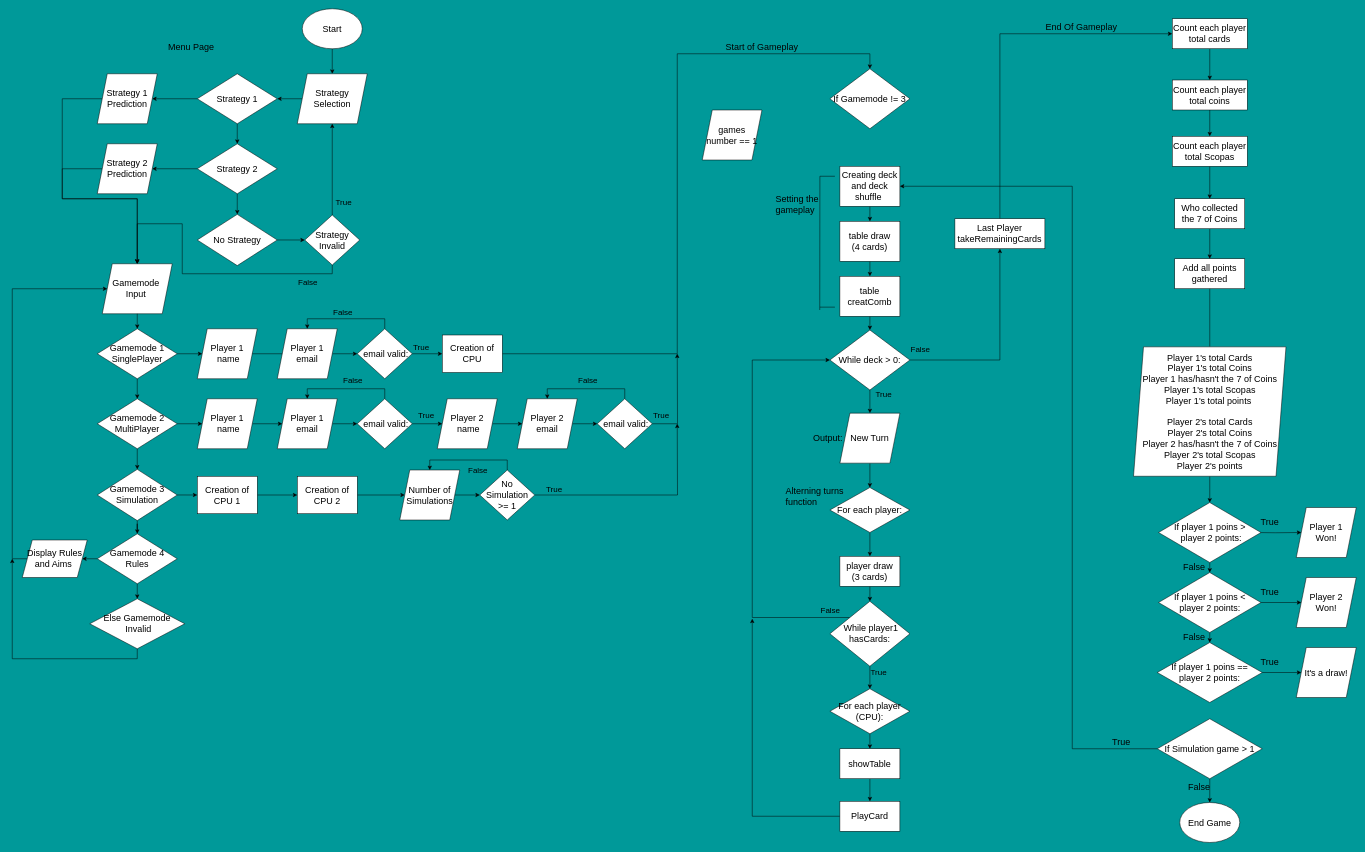
Before: page "Scopa Card Game" (1 of 5) of Scopa python game/Scopa Game flowchart/Scopa Game Flowchart.drawio in ABellassai/ACC-AlessandroB2, a draw.io diagram. Source tidied: cells renumbered, new cells numbered last; positions are measured from the earlier drawing's top-left corner, leaving out a move shared by most shapes. Both pictures are drawn from the tidied source at 50%, with x=0, y=0 at pixel (12, 8).
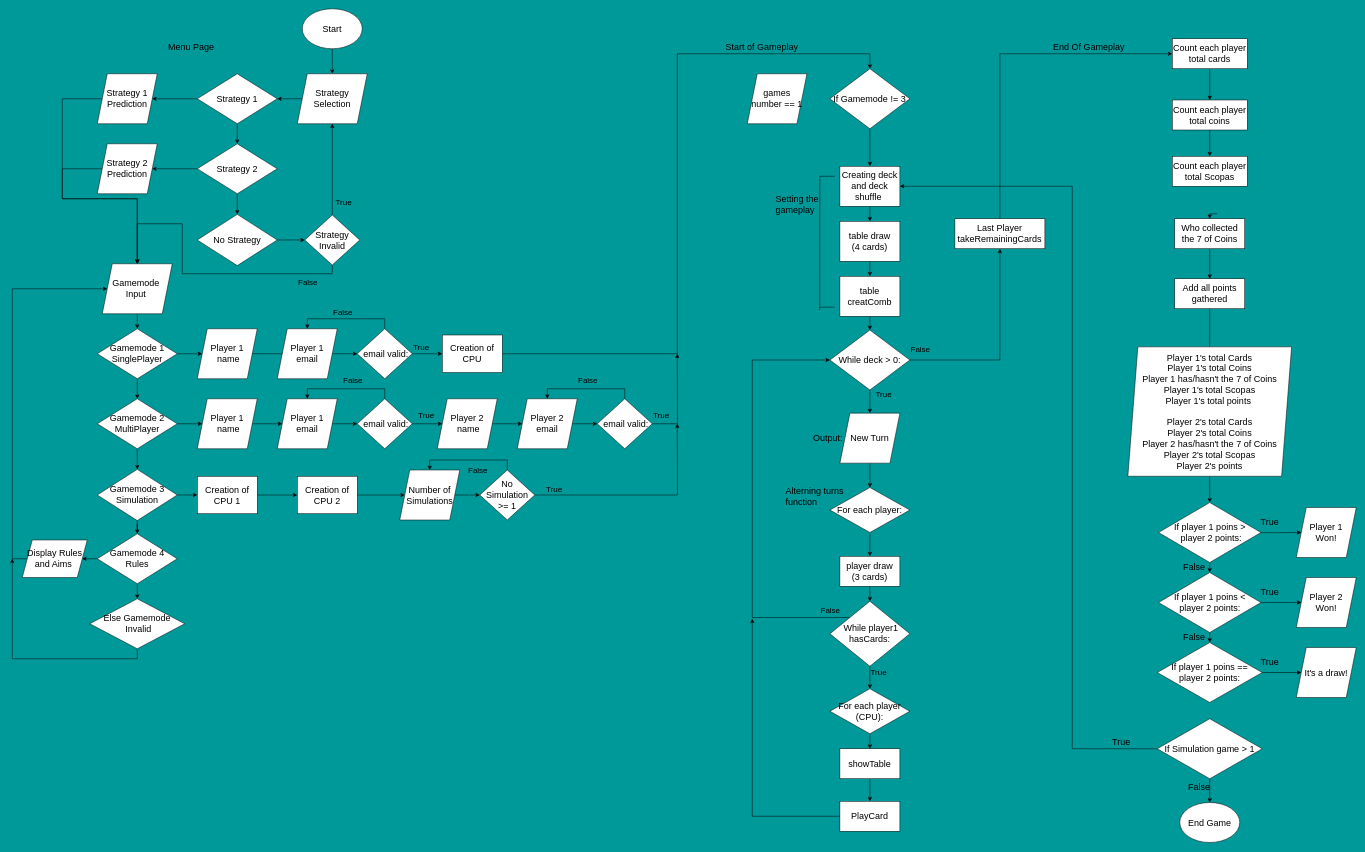
The same diagram, later.

Unchanged cells that the change refers to:
```xml
<mxCell id="77" value="Creating deck and deck shuffle&amp;nbsp;" style="rounded=0;whiteSpace=wrap;html=1;fontSize=18;" parent="1" vertex="1">
  <mxGeometry x="1655.3" y="315" width="120" height="80" as="geometry" />
</mxCell>
<mxCell id="147" value="&lt;font style=&quot;font-size: 18px;&quot;&gt;If Gamemode != 3&lt;/font&gt;" style="rhombus;whiteSpace=wrap;html=1;" parent="1" vertex="1">
  <mxGeometry x="1635.3" y="120" width="160" height="120" as="geometry" />
</mxCell>
```

What changed in the source:
```diff
@@
     <mxCell id="88" value="Count each player total cards" style="rounded=0;whiteSpace=wrap;html=1;fontSize=18;" parent="1" vertex="1">
-      <mxGeometry x="2320" y="20" width="150" height="60" as="geometry" />
+      <mxGeometry x="2320" y="60" width="150" height="60" as="geometry" />
     </mxCell>
-    <mxCell id="89" style="edgeStyle=orthogonalEdgeStyle;rounded=0;jettySize=auto;html=1;exitX=0.5;exitY=1;exitDx=0;exitDy=0;entryX=0.5;entryY=0;entryDx=0;entryDy=0;" parent="1" edge="1" source="90" target="116">
-      <mxGeometry relative="1" as="geometry" />
+    <mxCell id="89" style="edgeStyle=orthogonalEdgeStyle;rounded=0;jettySize=auto;html=1;entryX=0.5;entryY=0;entryDx=0;entryDy=0;" parent="1" edge="1" target="116">
+      <mxGeometry relative="1" as="geometry">
+        <mxPoint x="2410" y="410" as="sourcePoint" />
+      </mxGeometry>
     </mxCell>
     <mxCell id="90" value="Count each player total Scopas" style="rounded=0;whiteSpace=wrap;html=1;fontSize=18;" parent="1" vertex="1">
-      <mxGeometry x="2320" y="255" width="150" height="60" as="geometry" />
+      <mxGeometry x="2320" y="295" width="150" height="60" as="geometry" />
     </mxCell>
@@
     <mxCell id="92" value="Count each player total coins" style="rounded=0;whiteSpace=wrap;html=1;fontSize=18;" parent="1" vertex="1">
-      <mxGeometry x="2320" y="142.5" width="150" height="60" as="geometry" />
+      <mxGeometry x="2320" y="182.5" width="150" height="60" as="geometry" />
     </mxCell>
     <mxCell id="93" value="Add all points gathered" style="rounded=0;whiteSpace=wrap;html=1;fontSize=18;" parent="1" vertex="1">
-      <mxGeometry x="2325" y="500" width="140" height="60" as="geometry" />
+      <mxGeometry x="2325" y="540" width="140" height="60" as="geometry" />
     </mxCell>
@@
     <mxCell id="116" value="Who collected the 7 of Coins" style="rounded=0;whiteSpace=wrap;html=1;fontSize=18;" parent="1" vertex="1">
-      <mxGeometry x="2325" y="380" width="140" height="60" as="geometry" />
+      <mxGeometry x="2325" y="420" width="140" height="60" as="geometry" />
     </mxCell>
@@
     <mxCell id="130" value="End Of Gameplay" style="text;whiteSpace=wrap;html=1;fontSize=18;" parent="1" vertex="1">
-      <mxGeometry x="2065.3" y="20" width="160" height="30" as="geometry" />
+      <mxGeometry x="2080" y="60" width="160" height="30" as="geometry" />
     </mxCell>
@@
     <mxCell id="146" value="games number == 1" style="shape=parallelogram;perimeter=parallelogramPerimeter;whiteSpace=wrap;html=1;fixedSize=1;fontSize=18;" parent="1" vertex="1">
-      <mxGeometry x="1380" y="202.5" width="119.4" height="100" as="geometry" />
+      <mxGeometry x="1470" y="130" width="119.4" height="100" as="geometry" />
     </mxCell>
+    <mxCell id="156" style="edgeStyle=orthogonalEdgeStyle;rounded=0;jettySize=auto;html=1;exitX=0.5;exitY=1;exitDx=0;exitDy=0;entryX=0.5;entryY=0;entryDx=0;entryDy=0;" parent="1" edge="1" source="147" target="77">
+      <mxGeometry relative="1" as="geometry" />
+    </mxCell>
@@
     <mxCell id="150" value="&lt;div style=&quot;&quot;&gt;&lt;font style=&quot;font-size: 18px;&quot;&gt;Player 1's total Cards&lt;/font&gt;&lt;/div&gt;Player 1'&lt;span style=&quot;background-color: initial;&quot;&gt;s total Coins&lt;/span&gt;&lt;br&gt;Player 1&amp;nbsp;&lt;span style=&quot;background-color: initial;&quot;&gt;has/hasn't the 7 of Coins&lt;/span&gt;&lt;br&gt;Player 1&lt;span style=&quot;background-color: initial;&quot;&gt;'s total Scopas&lt;/span&gt;&lt;br&gt;Player 1&lt;span style=&quot;background-color: initial;&quot;&gt;'s total points&amp;nbsp;&lt;/span&gt;&lt;br&gt;&lt;div style=&quot;&quot;&gt;&lt;font style=&quot;font-size: 18px;&quot;&gt;&lt;br&gt;&lt;/font&gt;&lt;/div&gt;&lt;div style=&quot;&quot;&gt;&lt;div style=&quot;border-color: var(--border-color);&quot;&gt;&lt;font style=&quot;font-size: 18px;&quot;&gt;Player&lt;span style=&quot;background-color: initial;&quot;&gt;&amp;nbsp;&lt;/span&gt;2's total Cards&lt;/font&gt;&lt;/div&gt;&lt;div style=&quot;border-color: var(--border-color);&quot;&gt;&lt;font style=&quot;font-size: 18px;&quot;&gt;Player&lt;span style=&quot;background-color: initial;&quot;&gt;&amp;nbsp;&lt;/span&gt;2's total Coins&lt;/font&gt;&lt;/div&gt;&lt;div style=&quot;border-color: var(--border-color);&quot;&gt;&lt;font style=&quot;font-size: 18px;&quot;&gt;Player&lt;span style=&quot;background-color: initial;&quot;&gt;&amp;nbsp;2&lt;/span&gt;&amp;nbsp;has/hasn't the 7 of Coins&lt;/font&gt;&lt;/div&gt;&lt;div style=&quot;border-color: var(--border-color);&quot;&gt;&lt;font style=&quot;font-size: 18px;&quot;&gt;Player&lt;span style=&quot;background-color: initial;&quot;&gt;&amp;nbsp;2&lt;/span&gt;'s total Scopas&lt;/font&gt;&lt;/div&gt;&lt;div style=&quot;border-color: var(--border-color);&quot;&gt;&lt;font style=&quot;font-size: 18px;&quot;&gt;Player&lt;span style=&quot;background-color: initial;&quot;&gt;&amp;nbsp;2&lt;/span&gt;'s points&lt;/font&gt;&lt;/div&gt;&lt;/div&gt;" style="shape=parallelogram;perimeter=parallelogramPerimeter;whiteSpace=wrap;html=1;fixedSize=1;fontSize=18;" parent="1" vertex="1">
-      <mxGeometry x="2242.5" y="676.2" width="305" height="258.8" as="geometry" />
+      <mxGeometry x="2231.2" y="676.2" width="327.5" height="258.8" as="geometry" />
     </mxCell>
```
